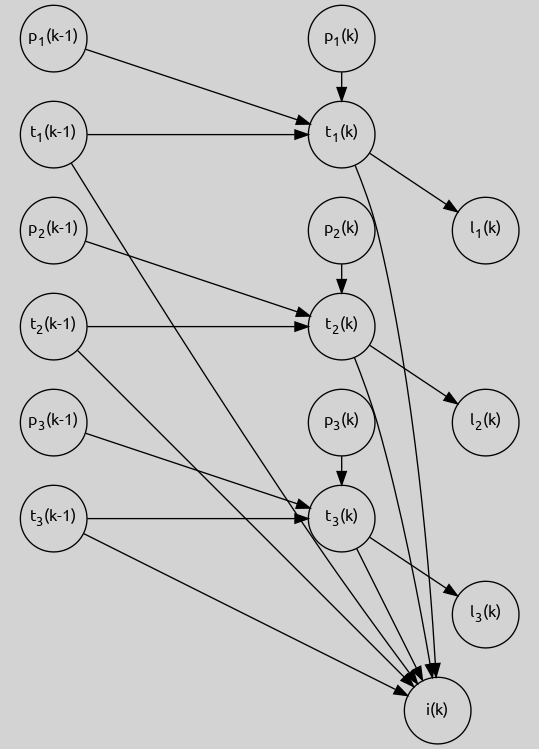
Before: simple.png, a diagram exported from Graphviz (I2RLab/em-gaussian). Its source is kept beside it as simple.dot.
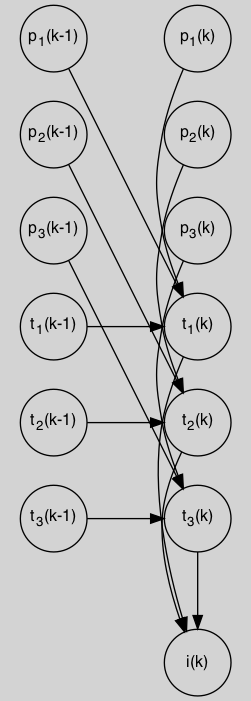
After the change.

Diff of the diagram source:
```diff
@@ -4,42 +4,33 @@
     splines=spline
     node [fontname = "ubuntu" fontsize=12 fixedsize=true width=.7];
 
-    p10 [pos="-3,3!" shape=circle label=<p<SUB>1</SUB>(k-1)>]
+    p10 [pos="-1.5,3!" shape=circle label=<p<SUB>1</SUB>(k-1)>]
     p11 [pos="0,3!" shape=circle label=<p<SUB>1</SUB>(k)>]
-    t10 [pos="-3,2!" shape=circle label=<t<SUB>1</SUB>(k-1)>]
-    t11 [pos="0,2!" shape=circle label=<t<SUB>1</SUB>(k)>]
-    l1  [pos="1.5,1!" shape=circle label=<l<SUB>1</SUB>(k)>]
-    p20 [pos="-3,1!" shape=circle label=<p<SUB>2</SUB>(k-1)>]
-    p21 [pos="0,1!" shape=circle label=<p<SUB>2</SUB>(k)>]
-    t20 [pos="-3,0!" shape=circle label=<t<SUB>2</SUB>(k-1)>]
-    t21 [pos="0,0!" shape=circle label=<t<SUB>2</SUB>(k)>]
-    l2  [pos="1.5,-1!" shape=circle label=<l<SUB>2</SUB>(k)>]
-    p30 [pos="-3,-1!" shape=circle label=<p<SUB>3</SUB>(k-1)>]
-    p31 [pos="0,-1!" shape=circle label=<p<SUB>3</SUB>(k)>]
-    t30 [pos="-3,-2!" shape=circle label=<t<SUB>3</SUB>(k-1)>]
+    t10 [pos="-1.5,0!" shape=circle label=<t<SUB>1</SUB>(k-1)>]
+    t11 [pos="0,0!" shape=circle label=<t<SUB>1</SUB>(k)>]
+    p20 [pos="-1.5,2!" shape=circle label=<p<SUB>2</SUB>(k-1)>]
+    p21 [pos="0,2!" shape=circle label=<p<SUB>2</SUB>(k)>]
+    t20 [pos="-1.5,-1!" shape=circle label=<t<SUB>2</SUB>(k-1)>]
+    t21 [pos="0,-1!" shape=circle label=<t<SUB>2</SUB>(k)>]
+    p30 [pos="-1.5,1!" shape=circle label=<p<SUB>3</SUB>(k-1)>]
+    p31 [pos="0,1!" shape=circle label=<p<SUB>3</SUB>(k)>]
+    t30 [pos="-1.5,-2!" shape=circle label=<t<SUB>3</SUB>(k-1)>]
     t31 [pos="0,-2!" shape=circle label=<t<SUB>3</SUB>(k)>]
-    l3  [pos="1.5,-3!" shape=circle label=<l<SUB>3</SUB>(k)>]
 
-    i [pos="1,-4!" shape=circle label=<i(k)>]
+    i [pos="0.0,-3.5!" shape=circle label=<i(k)>]
 
     p10 -> t11
     p11 -> t11
     t10 -> t11
-    t10 -> i
     t11 -> i
-    t11 -> l1
 
     p20 -> t21
     p21 -> t21
     t20 -> t21
-    t20 -> i
     t21 -> i
-    t21 -> l2
 
     p30 -> t31
     p31 -> t31
     t30 -> t31
-    t30 -> i
     t31 -> i
-    t31 -> l3
       }
```
